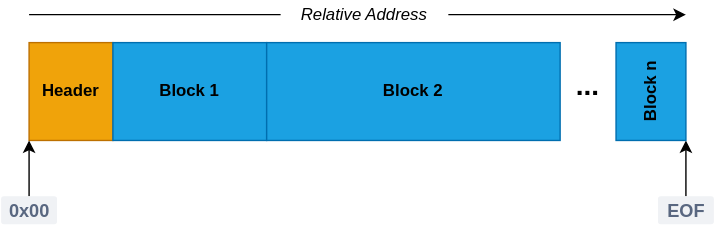
The draw.io diagram svg/file-layout.svg in alexiscabana/mse_thesis, before a commit. Source tidied: cells renumbered, new cells last; positions are measured from the earlier drawing's top-left corner, leaving out a move shared by most shapes.
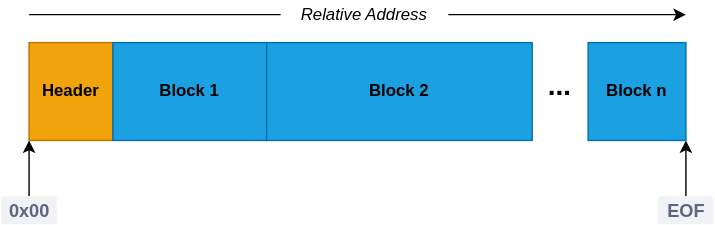
After the commit.

What changed in the source:
```diff
@@ -36,13 +36,13 @@
       <mxGeometry x="200" width="120" height="20" as="geometry" />
     </mxCell>
     <mxCell id="11" value="Block 2" style="rounded=0;whiteSpace=wrap;html=1;horizontal=1;fontStyle=1;fillColor=#1ba1e2;strokeColor=#006EAF;" parent="1" vertex="1">
-      <mxGeometry x="190" y="30" width="210" height="70" as="geometry" />
+      <mxGeometry x="190" y="30" width="190" height="70" as="geometry" />
     </mxCell>
-    <mxCell id="12" value="Block n" style="rounded=0;whiteSpace=wrap;html=1;horizontal=0;fontStyle=1;fillColor=#1ba1e2;strokeColor=#006EAF;" parent="1" vertex="1">
-      <mxGeometry x="440" y="30" width="50" height="70" as="geometry" />
+    <mxCell id="12" value="Block n" style="rounded=0;whiteSpace=wrap;html=1;horizontal=1;fontStyle=1;fillColor=#1ba1e2;strokeColor=#006EAF;" parent="1" vertex="1">
+      <mxGeometry x="420" y="30" width="70" height="70" as="geometry" />
     </mxCell>
     <mxCell id="13" value="..." style="text;html=1;strokeColor=none;fillColor=none;align=center;verticalAlign=middle;whiteSpace=wrap;rounded=0;fontSize=20;fontColor=#000000;fontStyle=1;" parent="1" vertex="1">
-      <mxGeometry x="400" y="50" width="40" height="20" as="geometry" />
+      <mxGeometry x="380" y="50" width="40" height="20" as="geometry" />
     </mxCell>
   </root>
 </mxGraphModel>
```
